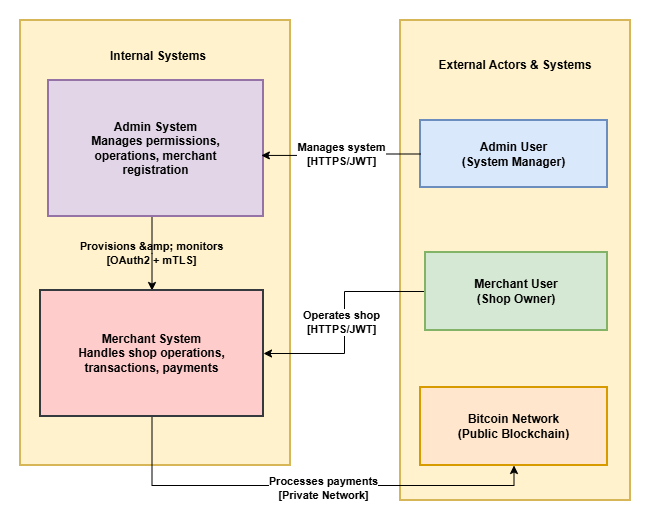
Before: docs/C4 Context Diagram.png, a diagram exported from draw.io (NaimKhan/CodeLab_InfraSRE_Engineer_Final_Test). Source tidied: cells renumbered, new cells last; positions are measured from the earlier drawing's top-left corner, leaving out a move shared by most shapes.
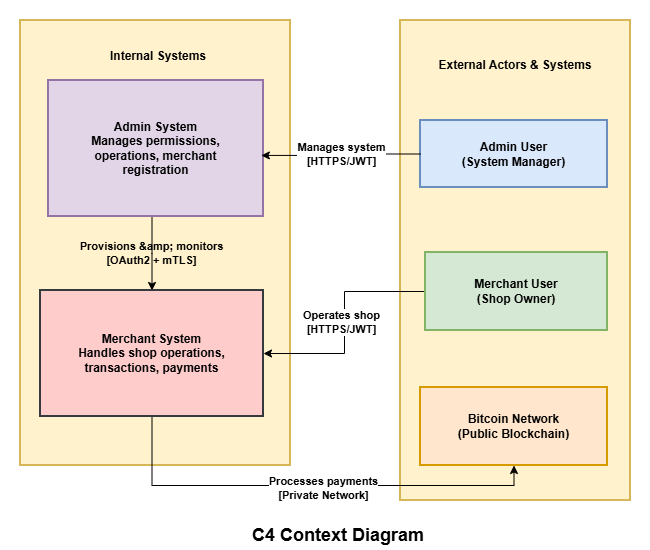
Above is the later version.

Commit message:
Improve diagram

Change to the diagram source:
```diff
@@ -64,7 +64,10 @@
       <mxGeometry x="102.5" y="41" width="110" height="30" as="geometry" />
     </mxCell>
     <mxCell id="19" style="rounded=0;whiteSpace=wrap;html=1;fillColor=none;strokeColor=none;" parent="1" vertex="1">
-      <mxGeometry width="650" height="520" as="geometry" />
+      <mxGeometry width="650" height="550" as="geometry" />
     </mxCell>
+    <mxCell id="20" value="&lt;b&gt;&lt;font style=&quot;font-size: 18px;&quot;&gt;C4 Context Diagram&lt;/font&gt;&lt;/b&gt;" style="text;html=1;whiteSpace=wrap;strokeColor=none;fillColor=none;align=center;verticalAlign=middle;rounded=0;" parent="1" vertex="1">
+      <mxGeometry x="212.5" y="520" width="250" height="30" as="geometry" />
+    </mxCell>
   </root>
 </mxGraphModel>
```
